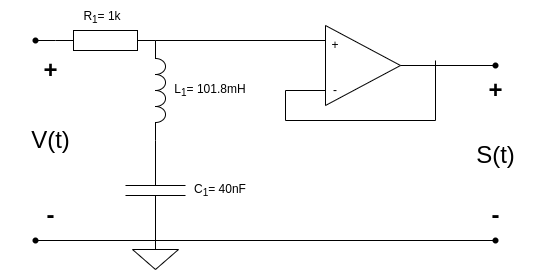
Before: TTT4260-ESDA/Design3/LaTeX/Bilder/RLC_filter.drawio.png, a diagram exported from draw.io (Eirik-MS/NTNU_Code). Source tidied: cells renumbered, new cells last; positions are measured from the earlier drawing's top-left corner, leaving out a move shared by most shapes. Source of this version:
```xml
<mxGraphModel>
  <root>
    <mxCell id="0" />
    <mxCell id="1" parent="0" />
    <mxCell id="2" style="verticalLabelPosition=bottom;shadow=0;dashed=0;align=center;html=1;verticalAlign=top;shape=mxgraph.electrical.inductors.inductor_3;rotation=90;" parent="1" vertex="1">
      <mxGeometry x="195" y="235" width="100" height="10" as="geometry" />
    </mxCell>
    <mxCell id="3" style="verticalLabelPosition=bottom;shadow=0;dashed=0;align=center;html=1;verticalAlign=top;shape=mxgraph.electrical.resistors.resistor_1;" parent="1" vertex="1">
      <mxGeometry x="140" y="180" width="100" height="20" as="geometry" />
    </mxCell>
    <mxCell id="4" style="verticalLabelPosition=bottom;shadow=0;dashed=0;align=center;html=1;verticalAlign=top;shape=mxgraph.electrical.capacitors.capacitor_1;rotation=-90;" parent="1" vertex="1">
      <mxGeometry x="190" y="310" width="100" height="60" as="geometry" />
    </mxCell>
    <mxCell id="5" style="verticalLabelPosition=bottom;shadow=0;dashed=0;align=center;html=1;verticalAlign=top;shape=mxgraph.electrical.signal_sources.signal_ground;" parent="1" vertex="1">
      <mxGeometry x="217" y="389" width="46" height="30" as="geometry" />
    </mxCell>
    <mxCell id="6" style="endArrow=none;html=1;exitX=0;exitY=0.5;exitDx=0;exitDy=0;exitPerimeter=0;" parent="1" edge="1" source="4" target="13">
      <mxGeometry relative="1" as="geometry" />
    </mxCell>
    <mxCell id="7" style="endArrow=none;html=1;exitX=1;exitY=0.5;exitDx=0;exitDy=0;exitPerimeter=0;entryX=0.25;entryY=0;entryDx=0;entryDy=0;" parent="1" edge="1" source="3" target="24">
      <mxGeometry relative="1" as="geometry" />
    </mxCell>
    <mxCell id="8" style="endArrow=none;html=1;exitX=0;exitY=0.5;exitDx=0;exitDy=0;exitPerimeter=0;" parent="1" edge="1">
      <mxGeometry relative="1" as="geometry">
        <mxPoint x="120" y="390" as="sourcePoint" />
        <mxPoint x="240" y="390" as="targetPoint" />
      </mxGeometry>
    </mxCell>
    <mxCell id="9" style="endArrow=none;html=1;entryX=0;entryY=0.5;entryDx=0;entryDy=0;entryPerimeter=0;" parent="1" edge="1" target="3">
      <mxGeometry relative="1" as="geometry">
        <mxPoint x="120" y="190" as="sourcePoint" />
      </mxGeometry>
    </mxCell>
    <mxCell id="10" style="ellipse;whiteSpace=wrap;html=1;" parent="1" vertex="1">
      <mxGeometry width="20" as="geometry" />
    </mxCell>
    <mxCell id="11" style="shape=waypoint;sketch=0;fillStyle=solid;size=6;fillColor=none;perimeter=centerPerimeter;" parent="1" vertex="1">
      <mxGeometry x="110" y="180" width="20" height="20" as="geometry" />
    </mxCell>
    <mxCell id="12" style="shape=waypoint;sketch=0;fillStyle=solid;size=6;fillColor=none;perimeter=centerPerimeter;" parent="1" vertex="1">
      <mxGeometry x="110" y="380" width="20" height="20" as="geometry" />
    </mxCell>
    <mxCell id="13" style="shape=waypoint;sketch=0;fillStyle=solid;size=6;points=[];fillColor=none;perimeter=centerPerimeter;snapToPoint=1;" parent="1" vertex="1">
      <mxGeometry x="570" y="380" width="20" height="20" as="geometry" />
    </mxCell>
    <mxCell id="14" value="S(t)" style="text;strokeColor=none;fillColor=none;html=1;fontSize=24;fontStyle=0;verticalAlign=middle;align=center;" parent="1" vertex="1">
      <mxGeometry x="530" y="285" width="100" height="40" as="geometry" />
    </mxCell>
    <mxCell id="15" value="V(t)" style="text;strokeColor=none;fillColor=none;html=1;fontSize=24;fontStyle=0;verticalAlign=middle;align=center;" parent="1" vertex="1">
      <mxGeometry x="85" y="270" width="100" height="40" as="geometry" />
    </mxCell>
    <mxCell id="16" value="+" style="text;strokeColor=none;fillColor=none;html=1;fontSize=24;fontStyle=1;verticalAlign=middle;align=center;" parent="1" vertex="1">
      <mxGeometry x="110" y="205" width="50" height="30" as="geometry" />
    </mxCell>
    <mxCell id="17" value="+" style="text;strokeColor=none;fillColor=none;html=1;fontSize=24;fontStyle=1;verticalAlign=middle;align=center;" parent="1" vertex="1">
      <mxGeometry x="555" y="225" width="50" height="30" as="geometry" />
    </mxCell>
    <mxCell id="18" value="-" style="text;strokeColor=none;fillColor=none;html=1;fontSize=24;fontStyle=1;verticalAlign=middle;align=center;" parent="1" vertex="1">
      <mxGeometry x="555" y="350" width="50" height="30" as="geometry" />
    </mxCell>
    <mxCell id="19" value="-" style="text;strokeColor=none;fillColor=none;html=1;fontSize=24;fontStyle=1;verticalAlign=middle;align=center;" parent="1" vertex="1">
      <mxGeometry x="110" y="350" width="50" height="30" as="geometry" />
    </mxCell>
    <mxCell id="20" value="C&lt;sub&gt;1&lt;/sub&gt;= 40nF" style="text;html=1;strokeColor=none;fillColor=none;align=center;verticalAlign=middle;whiteSpace=wrap;rounded=0;" parent="1" vertex="1">
      <mxGeometry x="275" y="325" width="60" height="30" as="geometry" />
    </mxCell>
    <mxCell id="21" value="L&lt;sub&gt;1&lt;/sub&gt;= 101.8mH" style="text;html=1;strokeColor=none;fillColor=none;align=center;verticalAlign=middle;whiteSpace=wrap;rounded=0;" parent="1" vertex="1">
      <mxGeometry x="250" y="225" width="90" height="30" as="geometry" />
    </mxCell>
    <mxCell id="22" value="&lt;sub&gt;&lt;span style=&quot;font-size: 12px;&quot;&gt;R&lt;sub&gt;1&lt;/sub&gt;= 1k&lt;/span&gt;&lt;/sub&gt;&lt;sub&gt;&lt;span style=&quot;font-size: 12px;&quot;&gt;&lt;br&gt;&lt;/span&gt;&lt;/sub&gt;" style="text;html=1;strokeColor=none;fillColor=none;align=center;verticalAlign=middle;whiteSpace=wrap;rounded=0;" parent="1" vertex="1">
      <mxGeometry x="157" y="150" width="60" height="30" as="geometry" />
    </mxCell>
    <mxCell id="23" style="triangle;whiteSpace=wrap;html=1;" parent="1" vertex="1">
      <mxGeometry x="410" y="175" width="75" height="80" as="geometry" />
    </mxCell>
    <mxCell id="24" value="+" style="text;html=1;strokeColor=none;fillColor=none;align=center;verticalAlign=middle;whiteSpace=wrap;rounded=0;" parent="1" vertex="1">
      <mxGeometry x="410" y="190" width="20" height="10" as="geometry" />
    </mxCell>
    <mxCell id="25" value="-" style="text;html=1;strokeColor=none;fillColor=none;align=center;verticalAlign=middle;whiteSpace=wrap;rounded=0;" parent="1" vertex="1">
      <mxGeometry x="410" y="235" width="20" height="10" as="geometry" />
    </mxCell>
    <mxCell id="26" style="endArrow=none;html=1;entryX=1;entryY=0.5;entryDx=0;entryDy=0;" parent="1" edge="1" target="23">
      <mxGeometry relative="1" as="geometry">
        <mxPoint x="580" y="215" as="sourcePoint" />
      </mxGeometry>
    </mxCell>
    <mxCell id="27" style="endArrow=none;html=1;" parent="1" edge="1">
      <mxGeometry relative="1" as="geometry">
        <mxPoint x="520" y="270" as="sourcePoint" />
        <mxPoint x="520" y="210" as="targetPoint" />
      </mxGeometry>
    </mxCell>
    <mxCell id="28" style="endArrow=none;html=1;" parent="1" edge="1">
      <mxGeometry relative="1" as="geometry">
        <mxPoint x="370" y="270" as="sourcePoint" />
        <mxPoint x="520" y="270" as="targetPoint" />
      </mxGeometry>
    </mxCell>
    <mxCell id="29" style="endArrow=none;html=1;" parent="1" edge="1">
      <mxGeometry relative="1" as="geometry">
        <mxPoint x="370" y="240" as="sourcePoint" />
        <mxPoint x="370" y="270" as="targetPoint" />
      </mxGeometry>
    </mxCell>
    <mxCell id="30" style="endArrow=none;html=1;entryX=0;entryY=0.5;entryDx=0;entryDy=0;" parent="1" edge="1" target="25">
      <mxGeometry relative="1" as="geometry">
        <mxPoint x="370" y="240" as="sourcePoint" />
      </mxGeometry>
    </mxCell>
    <mxCell id="31" style="shape=waypoint;sketch=0;fillStyle=solid;size=6;fillColor=none;perimeter=centerPerimeter;" parent="1" vertex="1">
      <mxGeometry x="570" y="205" width="20" height="20" as="geometry" />
    </mxCell>
  </root>
</mxGraphModel>
```
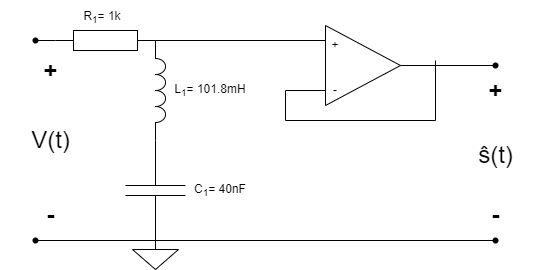
The same file after the commit.

Diff of the diagram source:
```diff
@@ -43,9 +43,6 @@
     <mxCell id="13" style="shape=waypoint;sketch=0;fillStyle=solid;size=6;points=[];fillColor=none;perimeter=centerPerimeter;snapToPoint=1;" parent="1" vertex="1">
       <mxGeometry x="570" y="380" width="20" height="20" as="geometry" />
     </mxCell>
-    <mxCell id="14" value="S(t)" style="text;strokeColor=none;fillColor=none;html=1;fontSize=24;fontStyle=0;verticalAlign=middle;align=center;" parent="1" vertex="1">
-      <mxGeometry x="530" y="285" width="100" height="40" as="geometry" />
-    </mxCell>
     <mxCell id="15" value="V(t)" style="text;strokeColor=none;fillColor=none;html=1;fontSize=24;fontStyle=0;verticalAlign=middle;align=center;" parent="1" vertex="1">
       <mxGeometry x="85" y="270" width="100" height="40" as="geometry" />
     </mxCell>
@@ -110,5 +107,8 @@
     <mxCell id="31" style="shape=waypoint;sketch=0;fillStyle=solid;size=6;fillColor=none;perimeter=centerPerimeter;" parent="1" vertex="1">
       <mxGeometry x="570" y="205" width="20" height="20" as="geometry" />
     </mxCell>
+    <mxCell id="32" value="ŝ(t)" style="text;strokeColor=none;fillColor=none;html=1;fontSize=24;fontStyle=0;verticalAlign=middle;align=center;" parent="1" vertex="1">
+      <mxGeometry x="530" y="285" width="100" height="40" as="geometry" />
+    </mxCell>
   </root>
 </mxGraphModel>
```
